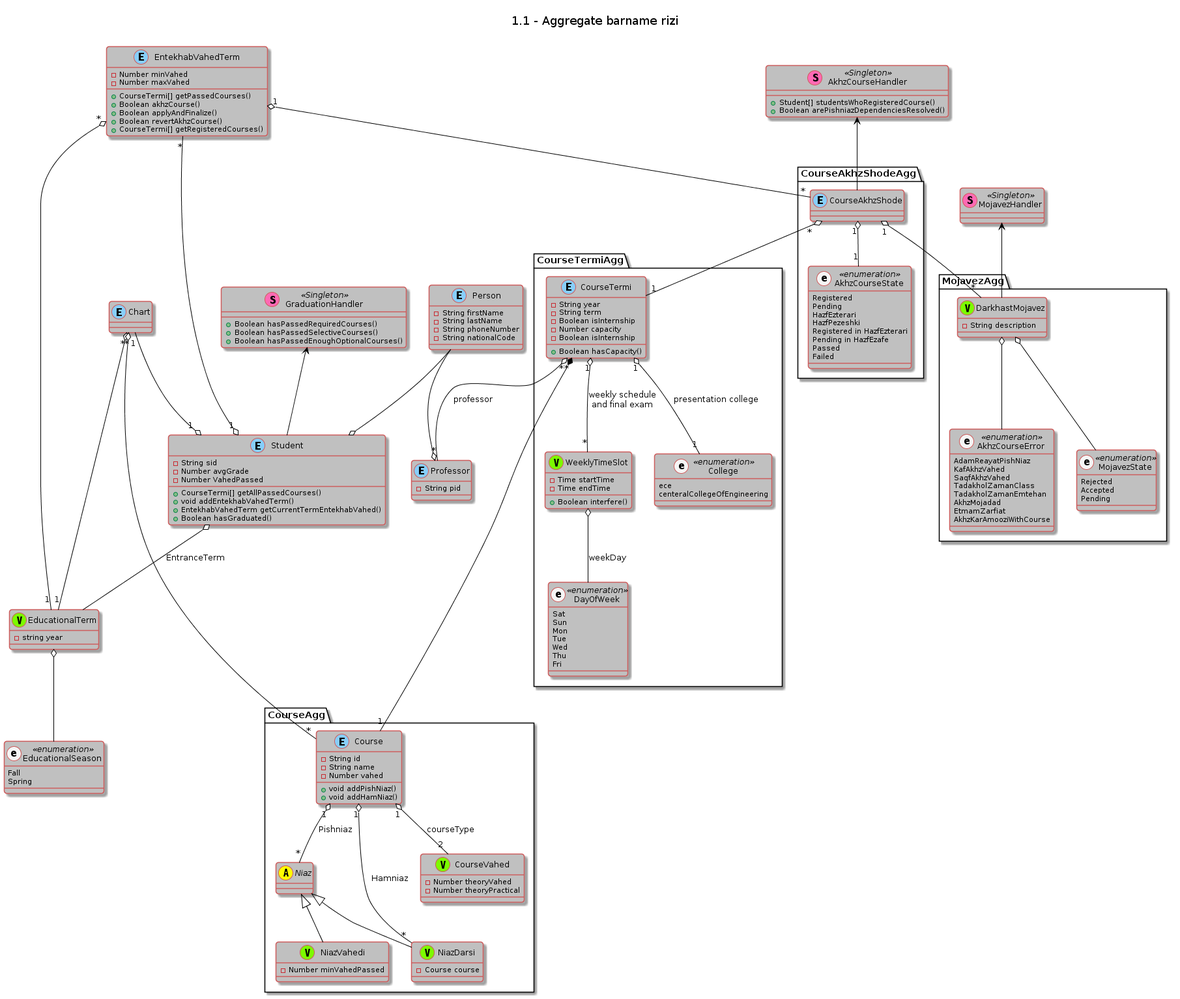
Before: aggregate-barname-rizi.png, a diagram exported from PlantUML (MohGanji/OO-ClassDiagram-Project).
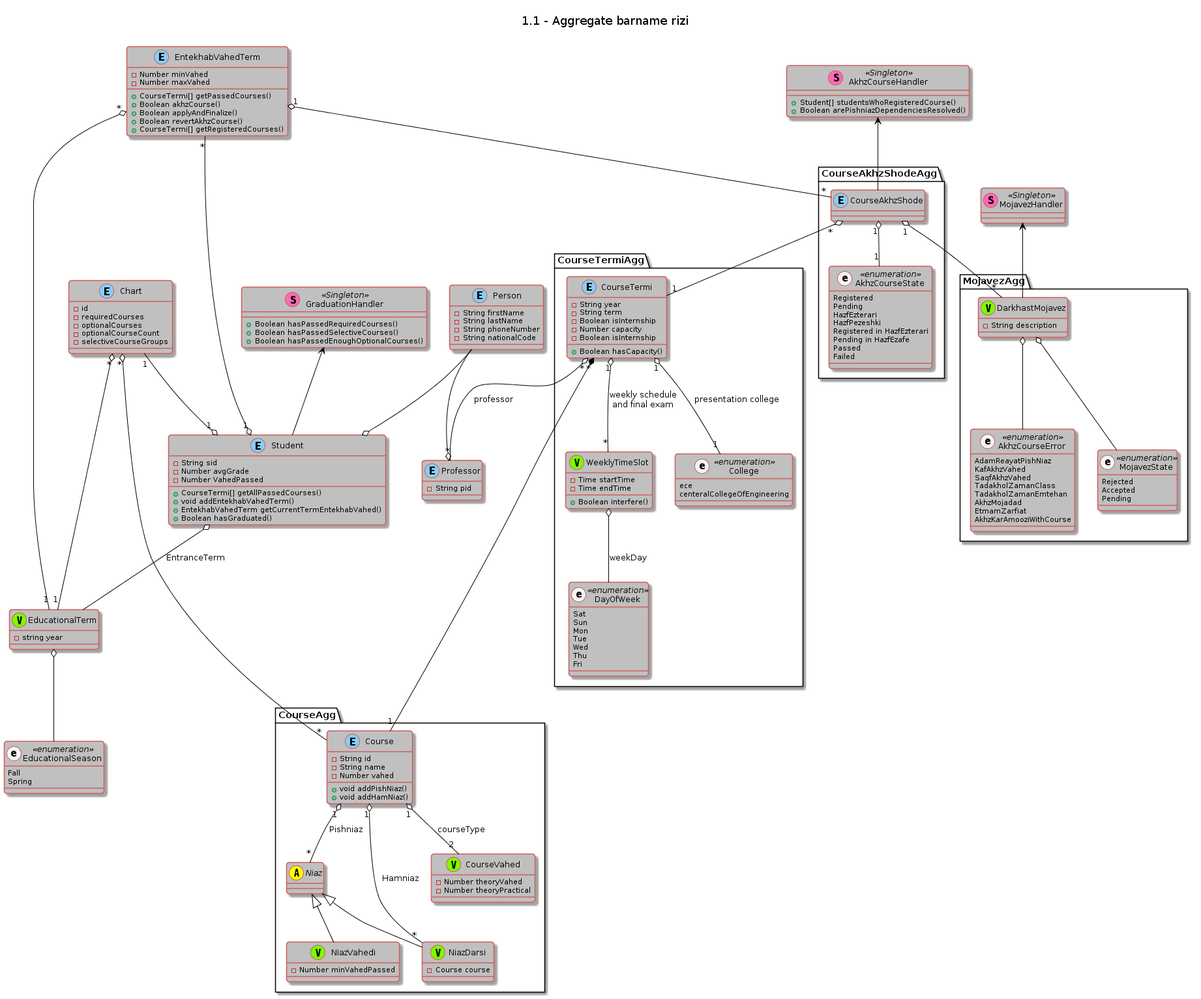
The same file after the commit.

The edit, as a diff of the source:
```diff
@@ -49,6 +49,11 @@
 }
 
 class Chart << (E,LightSkyBlue) >> {
+  - id
+  - requiredCourses
+  - optionalCourses
+  - optionalCourseCount
+  - selectiveCourseGroups
 }
 
 Chart "*" o-- "1" EducationalTerm
```
